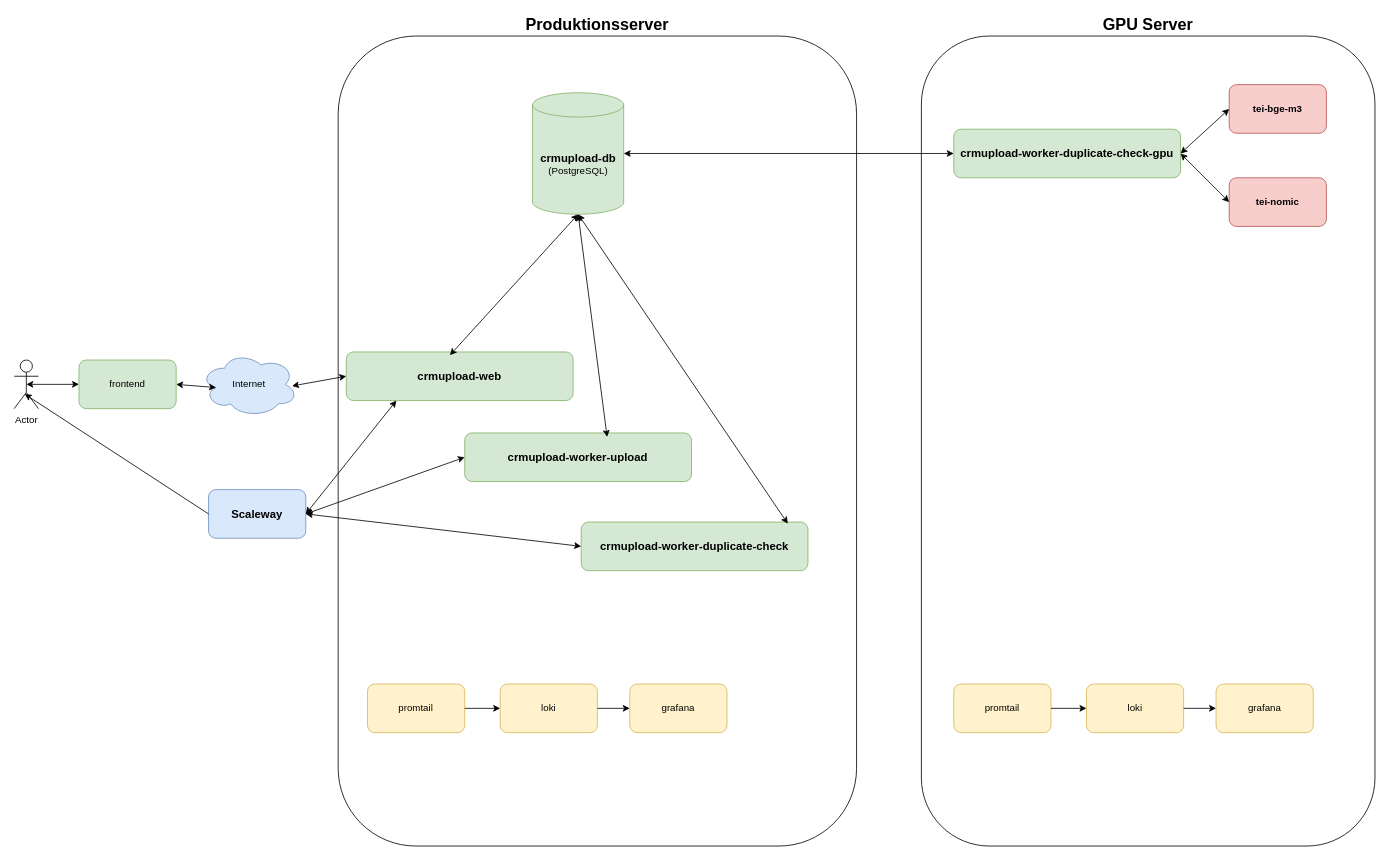
This is app-documentation/docs/Systemübersicht.drawio from otrturn/crmupload-backend, a draw.io file, before an edit. Source tidied: cells renumbered, new cells numbered last; positions are measured from the earlier drawing's top-left corner, leaving out a move shared by most shapes. Both pictures are drawn from the tidied source at 81%, with x=0, y=0 at pixel (14, 36).
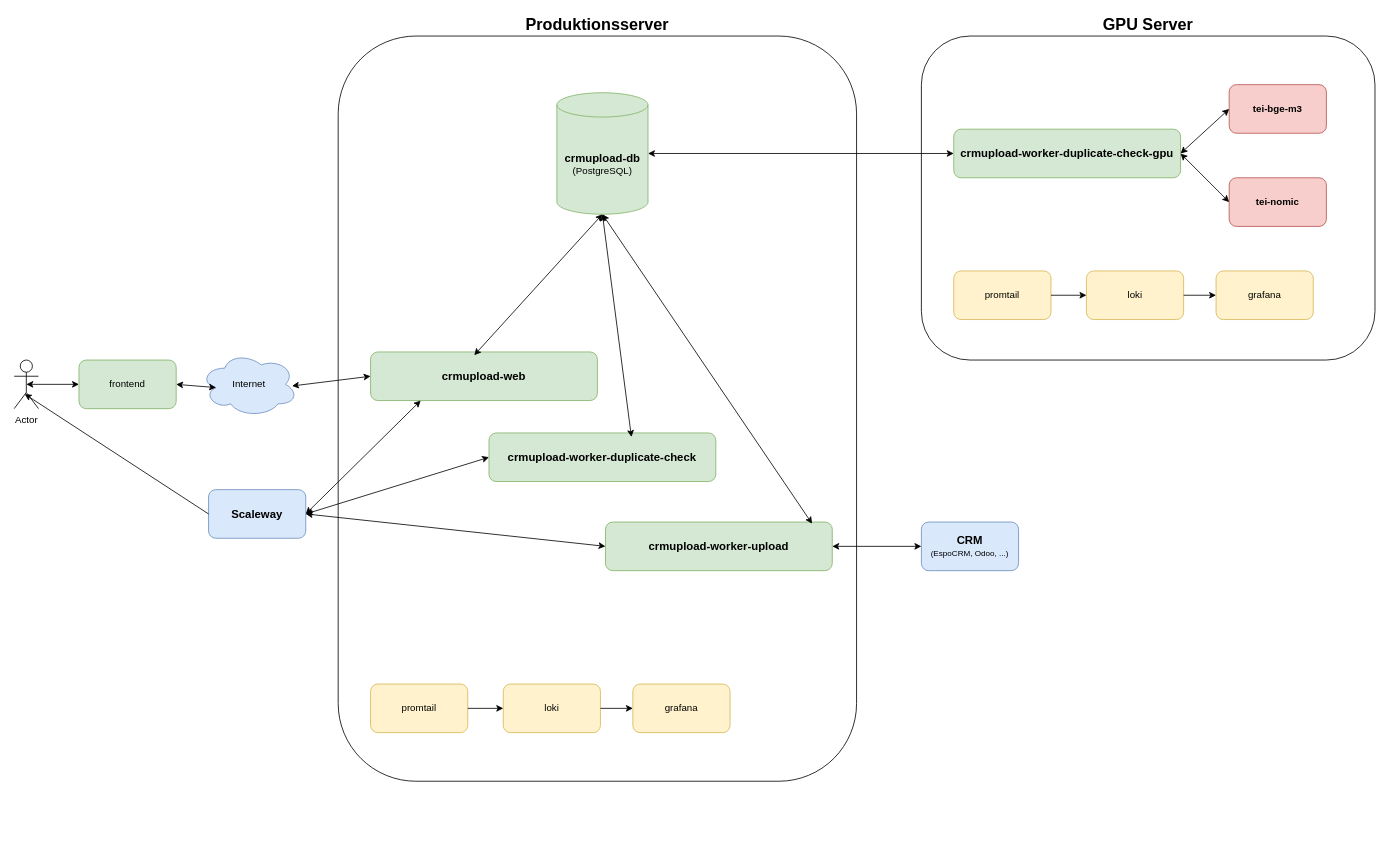
Above is the later version.

What changed in the source:
```diff
@@
     <mxCell id="2" value="&lt;font style=&quot;font-size: 20px;&quot;&gt;&lt;b&gt;GPU Server&lt;/b&gt;&lt;/font&gt;" style="rounded=1;whiteSpace=wrap;html=1;labelPosition=center;verticalLabelPosition=top;align=center;verticalAlign=bottom;" parent="1" vertex="1">
-      <mxGeometry x="1120" width="560" height="1000" as="geometry" />
+      <mxGeometry x="1120" width="560" height="400" as="geometry" />
     </mxCell>
     <mxCell id="3" value="&lt;font style=&quot;font-size: 20px;&quot;&gt;&lt;b&gt;Produktionsserver&lt;/b&gt;&lt;/font&gt;" style="rounded=1;whiteSpace=wrap;html=1;labelPosition=center;verticalLabelPosition=top;align=center;verticalAlign=bottom;" parent="1" vertex="1">
-      <mxGeometry x="400" width="640" height="1000" as="geometry" />
+      <mxGeometry x="400" width="640" height="920" as="geometry" />
     </mxCell>
     <mxCell id="4" value="&lt;b&gt;&lt;font style=&quot;font-size: 14px;&quot;&gt;crmupload-db&lt;/font&gt;&lt;/b&gt;&lt;div&gt;(PostgreSQL)&lt;/div&gt;" style="shape=cylinder3;whiteSpace=wrap;html=1;boundedLbl=1;backgroundOutline=1;size=15;labelPosition=center;verticalLabelPosition=middle;align=center;verticalAlign=middle;fillColor=#d5e8d4;strokeColor=#82b366;" parent="1" vertex="1">
-      <mxGeometry x="640" y="70" width="112.5" height="150" as="geometry" />
+      <mxGeometry x="670" y="70" width="112.5" height="150" as="geometry" />
     </mxCell>
     <mxCell id="5" value="&lt;b&gt;&lt;font style=&quot;font-size: 14px;&quot;&gt;crmupload-web&lt;/font&gt;&lt;/b&gt;" style="rounded=1;whiteSpace=wrap;html=1;fillColor=#d5e8d4;strokeColor=#82b366;" parent="1" vertex="1">
-      <mxGeometry x="410" y="390" width="280" height="60" as="geometry" />
+      <mxGeometry x="440" y="390" width="280" height="60" as="geometry" />
     </mxCell>
-    <mxCell id="6" value="&lt;b&gt;&lt;font style=&quot;font-size: 14px;&quot;&gt;crmupload-worker-upload&lt;/font&gt;&lt;/b&gt;" style="rounded=1;whiteSpace=wrap;html=1;fillColor=#d5e8d4;strokeColor=#82b366;" parent="1" vertex="1">
-      <mxGeometry x="556.2" y="490" width="280" height="60" as="geometry" />
+    <mxCell id="6" value="&lt;b&gt;&lt;font style=&quot;font-size: 14px;&quot;&gt;crmupload-worker-duplicate-check&lt;/font&gt;&lt;/b&gt;" style="rounded=1;whiteSpace=wrap;html=1;fillColor=#d5e8d4;strokeColor=#82b366;" parent="1" vertex="1">
+      <mxGeometry x="586.2" y="490" width="280" height="60" as="geometry" />
     </mxCell>
-    <mxCell id="7" value="&lt;b&gt;&lt;font style=&quot;font-size: 14px;&quot;&gt;crmupload-worker-duplicate-check&lt;/font&gt;&lt;/b&gt;" style="rounded=1;whiteSpace=wrap;html=1;fillColor=#d5e8d4;strokeColor=#82b366;" parent="1" vertex="1">
-      <mxGeometry x="700" y="600" width="280" height="60" as="geometry" />
+    <mxCell id="7" value="&lt;b&gt;&lt;font style=&quot;font-size: 14px;&quot;&gt;crmupload-worker-upload&lt;/font&gt;&lt;/b&gt;" style="rounded=1;whiteSpace=wrap;html=1;fillColor=#d5e8d4;strokeColor=#82b366;" parent="1" vertex="1">
+      <mxGeometry x="730" y="600" width="280" height="60" as="geometry" />
     </mxCell>
@@
     <mxCell id="26" value="promtail" style="rounded=1;whiteSpace=wrap;html=1;fillColor=#fff2cc;strokeColor=#d6b656;" parent="1" vertex="1">
-      <mxGeometry x="436.2" y="800" width="120" height="60" as="geometry" />
+      <mxGeometry x="440" y="800" width="120" height="60" as="geometry" />
     </mxCell>
     <mxCell id="27" value="loki" style="rounded=1;whiteSpace=wrap;html=1;fillColor=#fff2cc;strokeColor=#d6b656;" parent="1" vertex="1">
-      <mxGeometry x="600" y="800" width="120" height="60" as="geometry" />
+      <mxGeometry x="603.8" y="800" width="120" height="60" as="geometry" />
     </mxCell>
     <mxCell id="28" value="grafana" style="rounded=1;whiteSpace=wrap;html=1;fillColor=#fff2cc;strokeColor=#d6b656;" parent="1" vertex="1">
-      <mxGeometry x="760" y="800" width="120" height="60" as="geometry" />
+      <mxGeometry x="763.8" y="800" width="120" height="60" as="geometry" />
     </mxCell>
@@
     <mxCell id="31" value="promtail" style="rounded=1;whiteSpace=wrap;html=1;fillColor=#fff2cc;strokeColor=#d6b656;" parent="1" vertex="1">
-      <mxGeometry x="1160" y="800" width="120" height="60" as="geometry" />
+      <mxGeometry x="1160" y="290" width="120" height="60" as="geometry" />
     </mxCell>
     <mxCell id="32" value="loki" style="rounded=1;whiteSpace=wrap;html=1;fillColor=#fff2cc;strokeColor=#d6b656;" parent="1" vertex="1">
-      <mxGeometry x="1323.8" y="800" width="120" height="60" as="geometry" />
+      <mxGeometry x="1323.8" y="290" width="120" height="60" as="geometry" />
     </mxCell>
     <mxCell id="33" value="grafana" style="rounded=1;whiteSpace=wrap;html=1;fillColor=#fff2cc;strokeColor=#d6b656;" parent="1" vertex="1">
-      <mxGeometry x="1483.8" y="800" width="120" height="60" as="geometry" />
+      <mxGeometry x="1483.8" y="290" width="120" height="60" as="geometry" />
     </mxCell>
@@
+    <mxCell id="38" value="&lt;font style=&quot;font-size: 14px;&quot;&gt;&lt;b&gt;CRM&lt;/b&gt;&lt;/font&gt;&lt;div&gt;&lt;font style=&quot;&quot; size=&quot;1&quot;&gt;(EspoCRM, Odoo, ...)&lt;/font&gt;&lt;/div&gt;" style="rounded=1;whiteSpace=wrap;html=1;fillColor=#dae8fc;strokeColor=#6c8ebf;" parent="1" vertex="1">
+      <mxGeometry x="1120" y="600" width="120" height="60" as="geometry" />
+    </mxCell>
+    <mxCell id="39" style="endArrow=classic;startArrow=classic;html=1;rounded=0;entryX=0;entryY=0.5;entryDx=0;entryDy=0;" parent="1" edge="1" source="7" target="38">
+      <mxGeometry relative="1" as="geometry" />
+    </mxCell>
```
